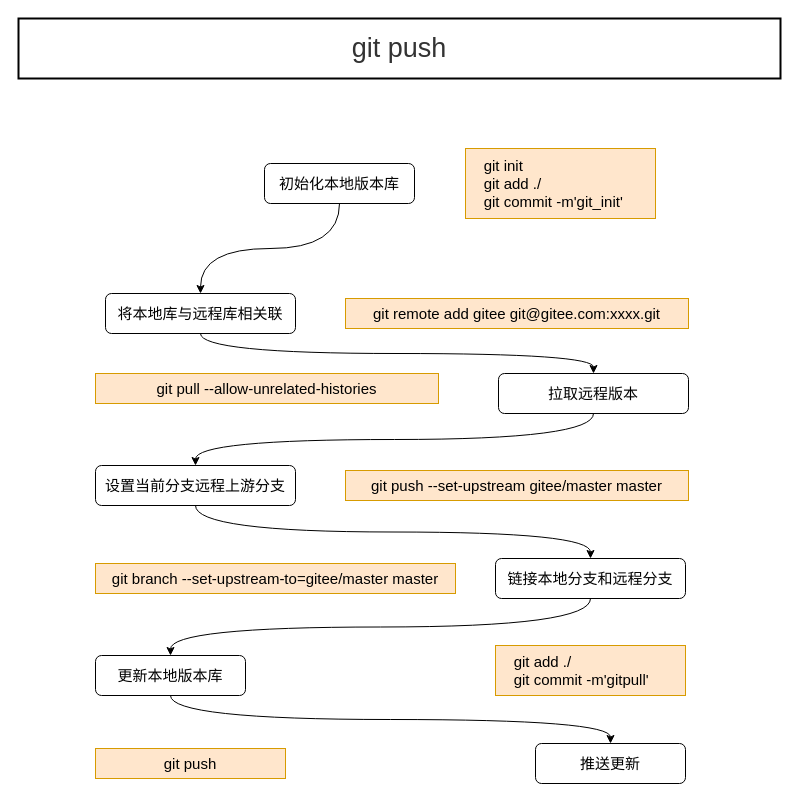
Before: git push.drawio in dijunliu/git-clone, a draw.io diagram. Source tidied: cells renumbered, new cells numbered last; positions are measured from the earlier drawing's top-left corner, leaving out a move shared by most shapes. Both pictures are drawn from the tidied source at 100%, with x=0, y=0 at pixel (18, 18).
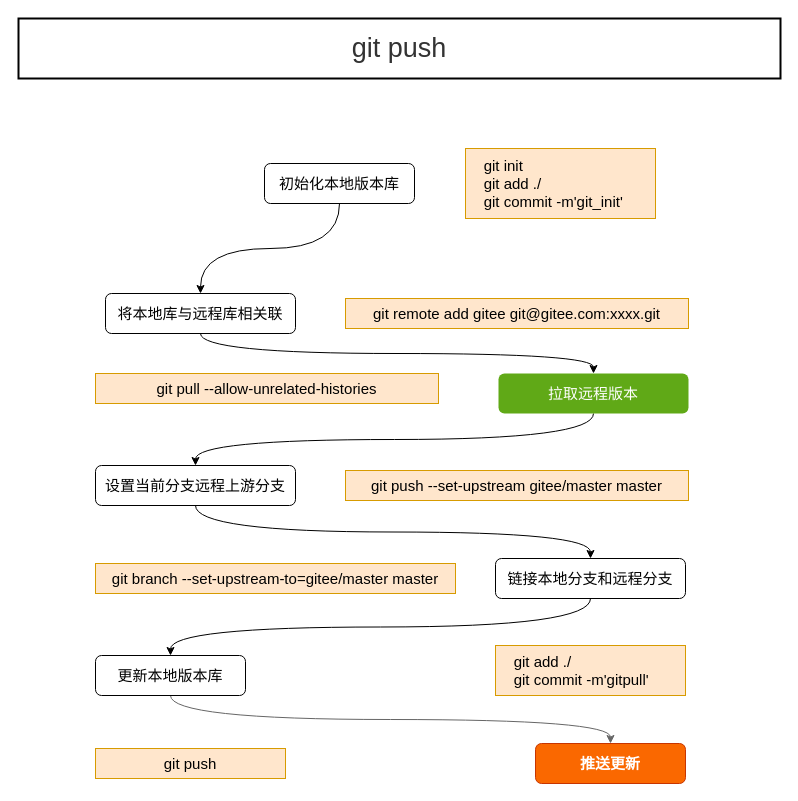
After the change.

The change refers to these unchanged cells:
```xml
<mxCell id="19" value="&lt;font style=&quot;font-size: 15px&quot;&gt;更新本地版本库&lt;/font&gt;" style="rounded=1;whiteSpace=wrap;html=1;" parent="1" vertex="1">
  <mxGeometry x="77" y="637" width="150" height="40" as="geometry" />
</mxCell>
```

Change to the diagram source:
```diff
@@
-    <mxCell id="16" value="&lt;span style=&quot;font-size: 15px&quot;&gt;拉取远程版本&lt;/span&gt;" style="rounded=1;whiteSpace=wrap;html=1;" parent="1" vertex="1">
+    <mxCell id="16" value="&lt;span style=&quot;font-size: 15px&quot;&gt;拉取远程版本&lt;/span&gt;" style="rounded=1;whiteSpace=wrap;html=1;fillColor=#60a917;fontColor=#ffffff;strokeColor=none;" parent="1" vertex="1">
       <mxGeometry x="480" y="355" width="190" height="40" as="geometry" />
     </mxCell>
@@
-    <mxCell id="18" style="edgeStyle=orthogonalEdgeStyle;curved=1;jettySize=auto;html=1;exitX=0.5;exitY=1;exitDx=0;exitDy=0;entryX=0.5;entryY=0;entryDx=0;entryDy=0;" parent="1" edge="1" source="19" target="21">
+    <mxCell id="18" style="edgeStyle=orthogonalEdgeStyle;curved=1;jettySize=auto;html=1;exitX=0.5;exitY=1;exitDx=0;exitDy=0;entryX=0.5;entryY=0;entryDx=0;entryDy=0;strokeColor=#666666;" parent="1" edge="1" source="19" target="21">
       <mxGeometry relative="1" as="geometry" />
     </mxCell>
@@
-    <mxCell id="21" value="&lt;font style=&quot;font-size: 15px&quot;&gt;推送更新&lt;/font&gt;" style="rounded=1;whiteSpace=wrap;html=1;" parent="1" vertex="1">
+    <mxCell id="21" value="&lt;font style=&quot;font-size: 15px&quot;&gt;&lt;b&gt;推送更新&lt;/b&gt;&lt;/font&gt;" style="rounded=1;whiteSpace=wrap;html=1;fillColor=#fa6800;strokeColor=#C73500;fontColor=#ffffff;" parent="1" vertex="1">
       <mxGeometry x="517" y="725" width="150" height="40" as="geometry" />
     </mxCell>
```
